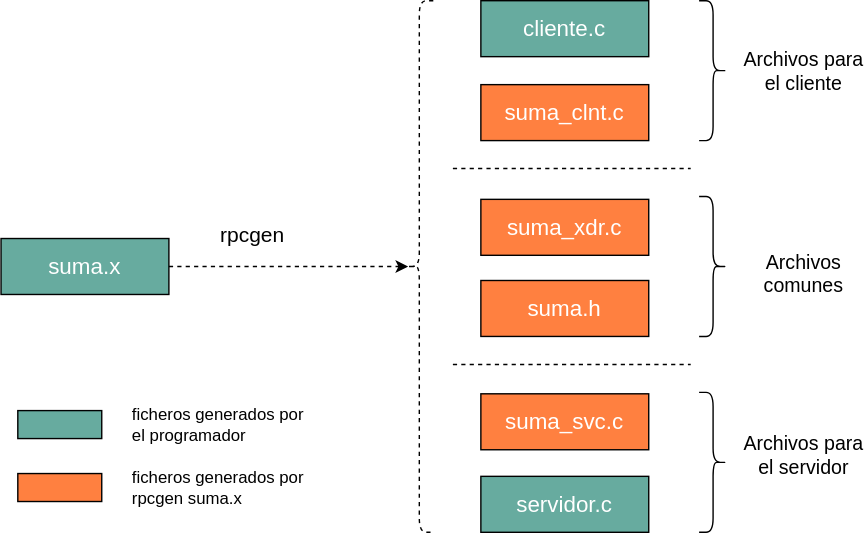
This is transparencias/ssdd_rpc/ssdd_rpc_drawio_81.svg from acaldero/uc3m_sd, a draw.io export, as it was before one commit. Source tidied: cells renumbered, new cells last; positions are measured from the earlier drawing's top-left corner, leaving out a move shared by most shapes. Source of this version:
```xml
<mxGraphModel>
  <root>
    <mxCell id="0" />
    <mxCell id="1" parent="0" />
    <mxCell id="2" value="suma.x" style="rounded=0;whiteSpace=wrap;html=1;fontSize=16;fillColor=#67AB9F;fontColor=#FFFFFF;" parent="1" vertex="1">
      <mxGeometry y="170" width="120" height="40" as="geometry" />
    </mxCell>
    <mxCell id="3" value="cliente.c" style="rounded=0;whiteSpace=wrap;html=1;fontSize=16;fillColor=#67AB9F;fontColor=#FFFFFF;" parent="1" vertex="1">
      <mxGeometry x="343" width="120" height="40" as="geometry" />
    </mxCell>
    <mxCell id="4" value="&lt;div&gt;suma_clnt.c&lt;/div&gt;" style="rounded=0;whiteSpace=wrap;html=1;fontSize=16;fillColor=#ff8040;fontColor=#FFFFFF;" parent="1" vertex="1">
      <mxGeometry x="343" y="60" width="120" height="40" as="geometry" />
    </mxCell>
    <mxCell id="5" value="&lt;div&gt;suma_xdr.c&lt;/div&gt;" style="rounded=0;whiteSpace=wrap;html=1;fontSize=16;fillColor=#ff8040;fontColor=#FFFFFF;" parent="1" vertex="1">
      <mxGeometry x="343" y="142" width="120" height="40" as="geometry" />
    </mxCell>
    <mxCell id="6" value="&lt;div&gt;suma.h&lt;/div&gt;" style="rounded=0;whiteSpace=wrap;html=1;fontSize=16;fillColor=#ff8040;fontColor=#FFFFFF;" parent="1" vertex="1">
      <mxGeometry x="343" y="200" width="120" height="40" as="geometry" />
    </mxCell>
    <mxCell id="7" value="&lt;div&gt;suma_svc.c&lt;/div&gt;" style="rounded=0;whiteSpace=wrap;html=1;fontSize=16;fillColor=#ff8040;fontColor=#FFFFFF;" parent="1" vertex="1">
      <mxGeometry x="343" y="281" width="120" height="40" as="geometry" />
    </mxCell>
    <mxCell id="8" value="&lt;div&gt;servidor.c&lt;/div&gt;" style="rounded=0;whiteSpace=wrap;html=1;fontSize=16;fillColor=#67AB9F;fontColor=#FFFFFF;" parent="1" vertex="1">
      <mxGeometry x="343" y="340" width="120" height="40" as="geometry" />
    </mxCell>
    <mxCell id="9" value="Archivos para el cliente" style="text;html=1;align=center;verticalAlign=middle;whiteSpace=wrap;rounded=0;fontSize=14;" parent="1" vertex="1">
      <mxGeometry x="529" y="35" width="90" height="30" as="geometry" />
    </mxCell>
    <mxCell id="10" value="Archivos para el servidor" style="text;html=1;align=center;verticalAlign=middle;whiteSpace=wrap;rounded=0;fontSize=14;" parent="1" vertex="1">
      <mxGeometry x="529" y="310" width="90" height="30" as="geometry" />
    </mxCell>
    <mxCell id="11" value="Archivos comunes" style="text;html=1;align=center;verticalAlign=middle;whiteSpace=wrap;rounded=0;fontSize=14;" parent="1" vertex="1">
      <mxGeometry x="529" y="180" width="90" height="30" as="geometry" />
    </mxCell>
    <mxCell id="12" style="shape=curlyBracket;whiteSpace=wrap;html=1;rounded=1;flipH=1;labelPosition=right;verticalLabelPosition=middle;align=left;verticalAlign=middle;" parent="1" vertex="1">
      <mxGeometry x="499" width="20" height="100" as="geometry" />
    </mxCell>
    <mxCell id="13" style="shape=curlyBracket;whiteSpace=wrap;html=1;rounded=1;flipH=1;labelPosition=right;verticalLabelPosition=middle;align=left;verticalAlign=middle;" parent="1" vertex="1">
      <mxGeometry x="499" y="140" width="20" height="100" as="geometry" />
    </mxCell>
    <mxCell id="14" style="shape=curlyBracket;whiteSpace=wrap;html=1;rounded=1;flipH=1;labelPosition=right;verticalLabelPosition=middle;align=left;verticalAlign=middle;" parent="1" vertex="1">
      <mxGeometry x="499" y="280" width="20" height="100" as="geometry" />
    </mxCell>
    <mxCell id="15" value="rpcgen" style="text;html=1;align=center;verticalAlign=middle;whiteSpace=wrap;rounded=0;fontSize=15;" parent="1" vertex="1">
      <mxGeometry x="150" y="152" width="60" height="30" as="geometry" />
    </mxCell>
    <mxCell id="16" style="shape=curlyBracket;whiteSpace=wrap;html=1;rounded=1;labelPosition=left;verticalLabelPosition=middle;align=right;verticalAlign=middle;gradientColor=default;fillColor=none;dashed=1;" parent="1" vertex="1">
      <mxGeometry x="289" width="20" height="380" as="geometry" />
    </mxCell>
    <mxCell id="17" style="endArrow=classic;html=1;rounded=0;entryX=0.1;entryY=0.5;entryDx=0;entryDy=0;entryPerimeter=0;dashed=1;" parent="1" edge="1" source="2" target="16">
      <mxGeometry relative="1" as="geometry" />
    </mxCell>
    <mxCell id="18" style="endArrow=none;dashed=1;html=1;rounded=0;" parent="1" edge="1">
      <mxGeometry relative="1" as="geometry">
        <mxPoint x="323" y="260" as="sourcePoint" />
        <mxPoint x="493" y="260" as="targetPoint" />
      </mxGeometry>
    </mxCell>
    <mxCell id="19" style="endArrow=none;dashed=1;html=1;rounded=0;" parent="1" edge="1">
      <mxGeometry relative="1" as="geometry">
        <mxPoint x="323" y="120" as="sourcePoint" />
        <mxPoint x="493" y="120" as="targetPoint" />
      </mxGeometry>
    </mxCell>
    <mxCell id="20" style="rounded=0;whiteSpace=wrap;html=1;fontSize=16;fillColor=#67AB9F;fontColor=#FFFFFF;" parent="1" vertex="1">
      <mxGeometry x="12" y="293" width="60" height="20" as="geometry" />
    </mxCell>
    <mxCell id="21" style="rounded=0;whiteSpace=wrap;html=1;fontSize=16;fillColor=#ff8040;fontColor=#FFFFFF;" parent="1" vertex="1">
      <mxGeometry x="12" y="338" width="60" height="20" as="geometry" />
    </mxCell>
    <mxCell id="22" value="ficheros generados por rpcgen suma.x" style="text;html=1;align=left;verticalAlign=middle;whiteSpace=wrap;rounded=0;" parent="1" vertex="1">
      <mxGeometry x="92" y="333" width="130" height="30" as="geometry" />
    </mxCell>
    <mxCell id="23" value="ficheros generados por el programador" style="text;html=1;align=left;verticalAlign=middle;whiteSpace=wrap;rounded=0;" parent="1" vertex="1">
      <mxGeometry x="92" y="288" width="130" height="30" as="geometry" />
    </mxCell>
  </root>
</mxGraphModel>
```
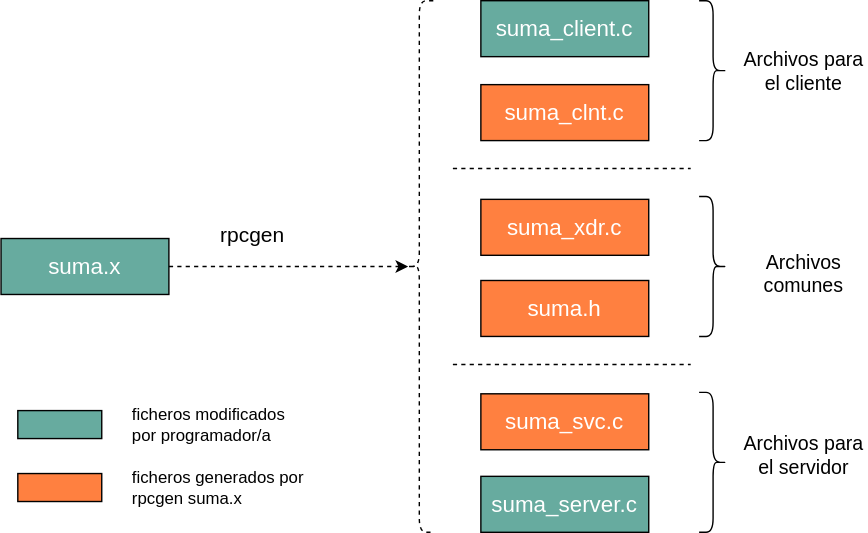
Later version of the same file.

Change to the diagram source:
```diff
@@ -5,7 +5,7 @@
     <mxCell id="2" value="suma.x" style="rounded=0;whiteSpace=wrap;html=1;fontSize=16;fillColor=#67AB9F;fontColor=#FFFFFF;" parent="1" vertex="1">
       <mxGeometry y="170" width="120" height="40" as="geometry" />
     </mxCell>
-    <mxCell id="3" value="cliente.c" style="rounded=0;whiteSpace=wrap;html=1;fontSize=16;fillColor=#67AB9F;fontColor=#FFFFFF;" parent="1" vertex="1">
+    <mxCell id="3" value="suma_client.c" style="rounded=0;whiteSpace=wrap;html=1;fontSize=16;fillColor=#67AB9F;fontColor=#FFFFFF;" parent="1" vertex="1">
       <mxGeometry x="343" width="120" height="40" as="geometry" />
     </mxCell>
     <mxCell id="4" value="&lt;div&gt;suma_clnt.c&lt;/div&gt;" style="rounded=0;whiteSpace=wrap;html=1;fontSize=16;fillColor=#ff8040;fontColor=#FFFFFF;" parent="1" vertex="1">
@@ -20,7 +20,7 @@
     <mxCell id="7" value="&lt;div&gt;suma_svc.c&lt;/div&gt;" style="rounded=0;whiteSpace=wrap;html=1;fontSize=16;fillColor=#ff8040;fontColor=#FFFFFF;" parent="1" vertex="1">
       <mxGeometry x="343" y="281" width="120" height="40" as="geometry" />
     </mxCell>
-    <mxCell id="8" value="&lt;div&gt;servidor.c&lt;/div&gt;" style="rounded=0;whiteSpace=wrap;html=1;fontSize=16;fillColor=#67AB9F;fontColor=#FFFFFF;" parent="1" vertex="1">
+    <mxCell id="8" value="suma_server.c" style="rounded=0;whiteSpace=wrap;html=1;fontSize=16;fillColor=#67AB9F;fontColor=#FFFFFF;" parent="1" vertex="1">
       <mxGeometry x="343" y="340" width="120" height="40" as="geometry" />
     </mxCell>
     <mxCell id="9" value="Archivos para el cliente" style="text;html=1;align=center;verticalAlign=middle;whiteSpace=wrap;rounded=0;fontSize=14;" parent="1" vertex="1">
@@ -71,7 +71,7 @@
     <mxCell id="22" value="ficheros generados por rpcgen suma.x" style="text;html=1;align=left;verticalAlign=middle;whiteSpace=wrap;rounded=0;" parent="1" vertex="1">
       <mxGeometry x="92" y="333" width="130" height="30" as="geometry" />
     </mxCell>
-    <mxCell id="23" value="ficheros generados por el programador" style="text;html=1;align=left;verticalAlign=middle;whiteSpace=wrap;rounded=0;" parent="1" vertex="1">
+    <mxCell id="23" value="ficheros modificados por programador/a" style="text;html=1;align=left;verticalAlign=middle;whiteSpace=wrap;rounded=0;" parent="1" vertex="1">
       <mxGeometry x="92" y="288" width="130" height="30" as="geometry" />
     </mxCell>
   </root>
```
